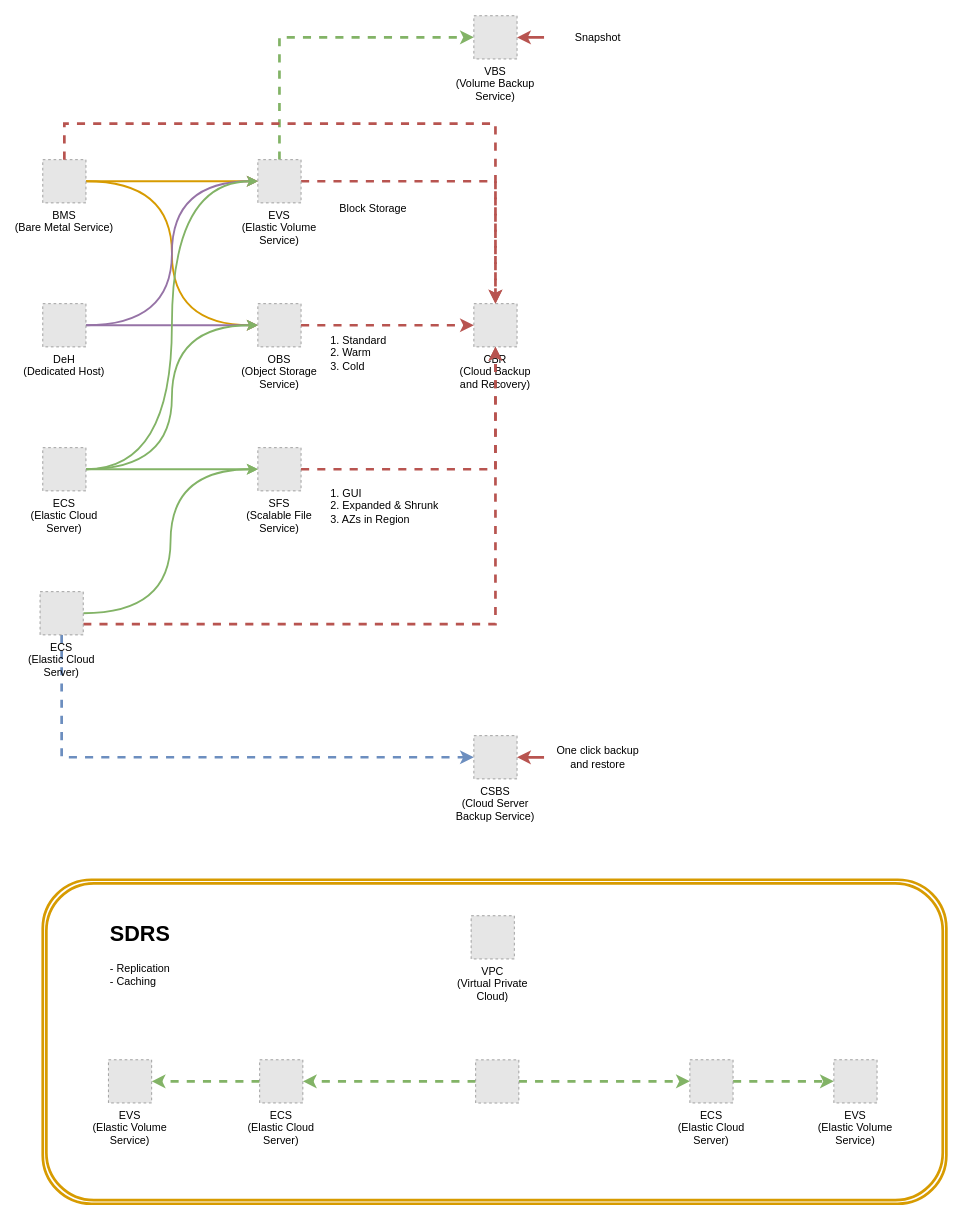
Before: page "Storrage" (2 of 3) of Komponenten.drawio in themue/OTC, a draw.io diagram. Source tidied: cells renumbered, new cells numbered last; positions are measured from the earlier drawing's top-left corner, leaving out a move shared by most shapes. Both pictures are drawn from the tidied source at 90%, with x=0, y=0 at pixel (40, 15). Pictures stored in the file or linked from it are replaced by grey dashed boxes.
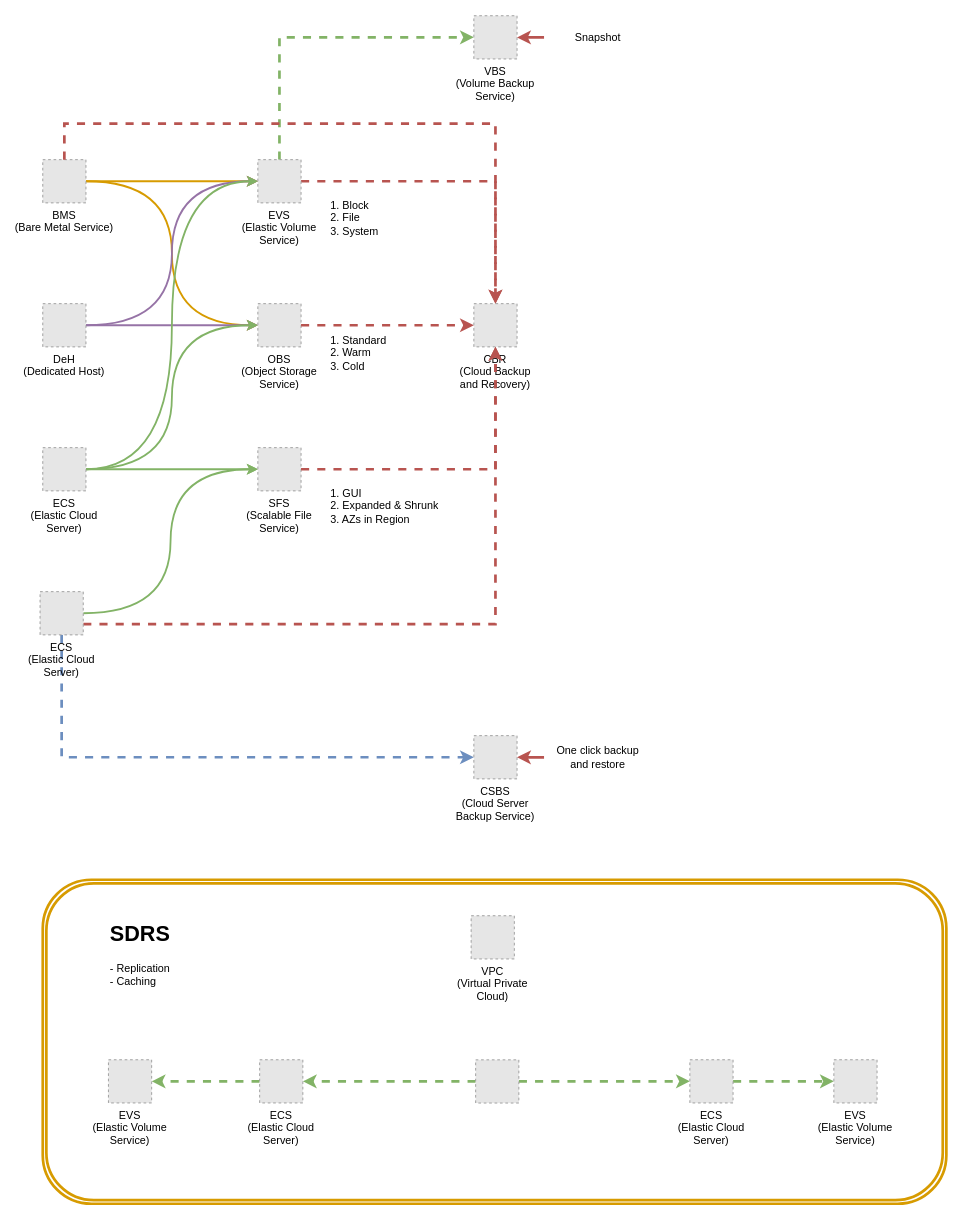
The same page after the edit.

What changed in the source:
```diff
@@
-    <mxCell id="41" value="Block Storage" style="text;strokeColor=none;fillColor=none;align=left;verticalAlign=middle;spacingLeft=4;spacingRight=4;overflow=hidden;whiteSpace=wrap;html=1;" parent="1" vertex="1">
-      <mxGeometry x="327" y="190" width="110" height="50" as="geometry" />
-    </mxCell>
@@
+    <mxCell id="47" value="1. Block&lt;div&gt;2. File&lt;br&gt;&lt;div&gt;3. System&lt;/div&gt;&lt;/div&gt;" style="text;strokeColor=none;fillColor=none;align=left;verticalAlign=middle;spacingLeft=4;spacingRight=4;overflow=hidden;whiteSpace=wrap;html=1;" parent="1" vertex="1">
+      <mxGeometry x="317" y="200" width="120" height="50" as="geometry" />
+    </mxCell>
```
